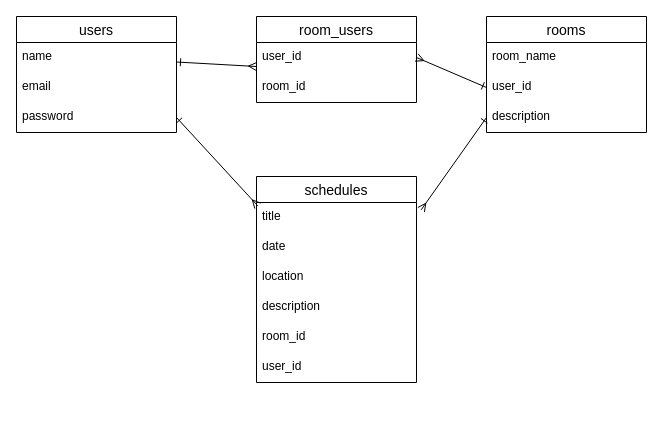
Above: schedule.dio in moritak40123/scheduleapp (draw.io), before the change. Source tidied: cells renumbered, new cells numbered last; positions are measured from the earlier drawing's top-left corner, leaving out a move shared by most shapes. Both pictures are drawn from the tidied source at 100%, with x=0, y=0 at pixel (16, 16).
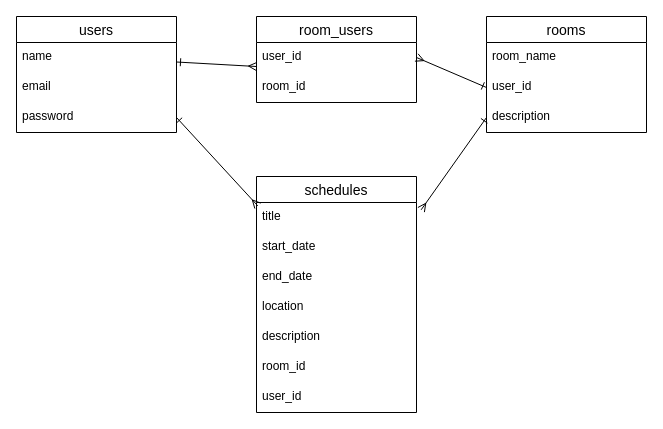
The same diagram, later.

Change to the diagram source:
```diff
@@
     <mxCell id="13" value="schedules" style="swimlane;fontStyle=0;horizontal=1;startSize=26;align=center;fontSize=14;" parent="1" vertex="1">
-      <mxGeometry x="240" y="160" width="160" height="206" as="geometry" />
+      <mxGeometry x="240" y="160" width="160" height="236" as="geometry" />
     </mxCell>
@@
-    <mxCell id="15" value="date" style="text;strokeColor=none;fillColor=none;spacingLeft=4;spacingRight=4;overflow=hidden;fontSize=12;" parent="13" vertex="1">
+    <mxCell id="15" value="start_date" style="text;strokeColor=none;fillColor=none;spacingLeft=4;spacingRight=4;overflow=hidden;fontSize=12;" parent="13" vertex="1">
       <mxGeometry y="56" width="160" height="30" as="geometry" />
     </mxCell>
+    <mxCell id="24" value="end_date" style="text;strokeColor=none;fillColor=none;spacingLeft=4;spacingRight=4;overflow=hidden;fontSize=12;" parent="13" vertex="1">
+      <mxGeometry y="86" width="160" height="30" as="geometry" />
+    </mxCell>
     <mxCell id="16" value="location" style="text;strokeColor=none;fillColor=none;spacingLeft=4;spacingRight=4;overflow=hidden;fontSize=12;" parent="13" vertex="1">
-      <mxGeometry y="86" width="160" height="30" as="geometry" />
+      <mxGeometry y="116" width="160" height="30" as="geometry" />
     </mxCell>
     <mxCell id="17" value="description" style="text;strokeColor=none;fillColor=none;spacingLeft=4;spacingRight=4;overflow=hidden;fontSize=12;" parent="13" vertex="1">
-      <mxGeometry y="116" width="160" height="30" as="geometry" />
+      <mxGeometry y="146" width="160" height="30" as="geometry" />
     </mxCell>
     <mxCell id="18" value="room_id" style="text;strokeColor=none;fillColor=none;spacingLeft=4;spacingRight=4;overflow=hidden;fontSize=12;" parent="13" vertex="1">
-      <mxGeometry y="146" width="160" height="30" as="geometry" />
+      <mxGeometry y="176" width="160" height="30" as="geometry" />
     </mxCell>
     <mxCell id="19" value="user_id" style="text;strokeColor=none;fillColor=none;spacingLeft=4;spacingRight=4;overflow=hidden;fontSize=12;" parent="13" vertex="1">
-      <mxGeometry y="176" width="160" height="30" as="geometry" />
+      <mxGeometry y="206" width="160" height="30" as="geometry" />
     </mxCell>
```
